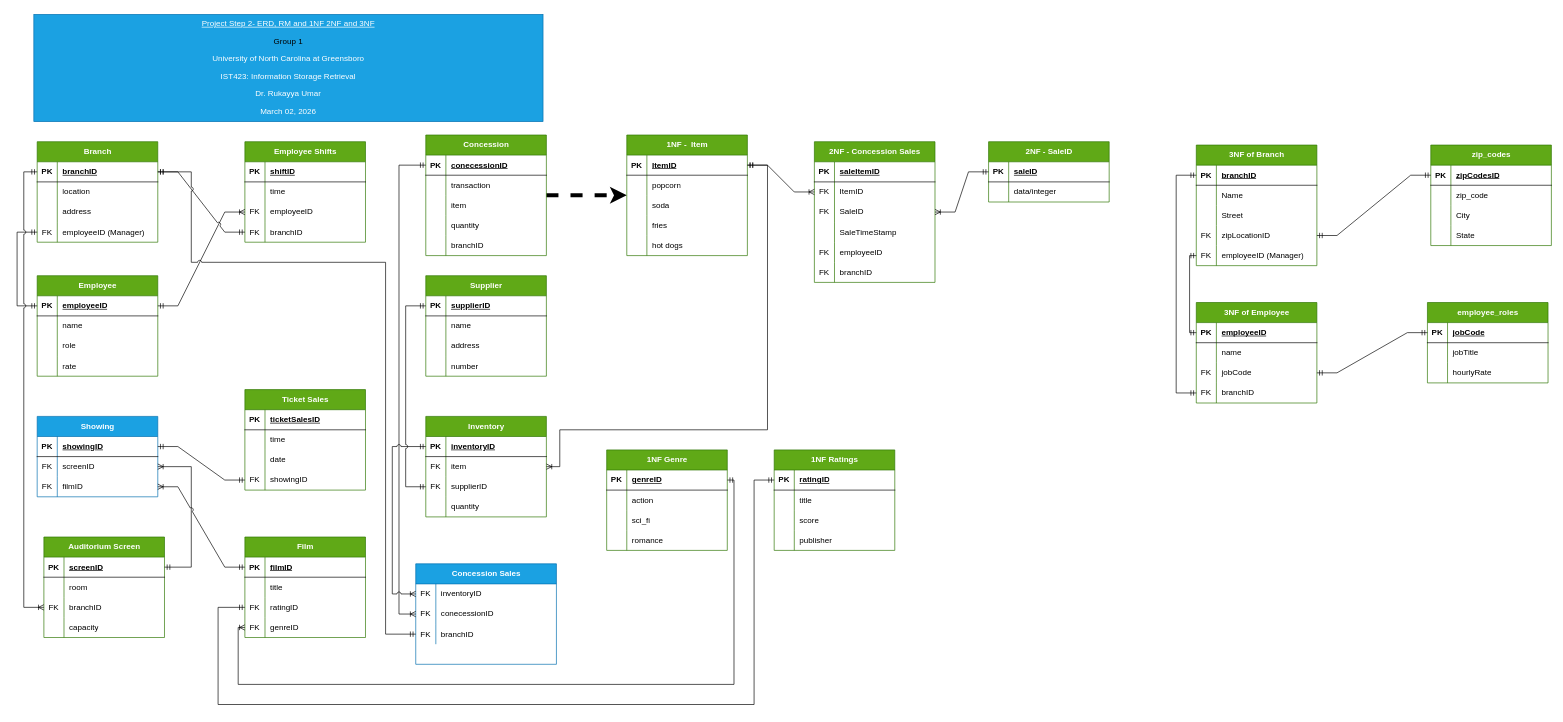
This is page "3NF" (5 of 5) of Group-Topic-Movie_Theater.drawio from bmontessua/IST423, a draw.io file, before an edit. Source tidied: cells renumbered, new cells numbered last; positions are measured from the earlier drawing's top-left corner, leaving out a move shared by most shapes. Both pictures are drawn from the tidied source at 67%, with x=0, y=0 at pixel (17, 14).
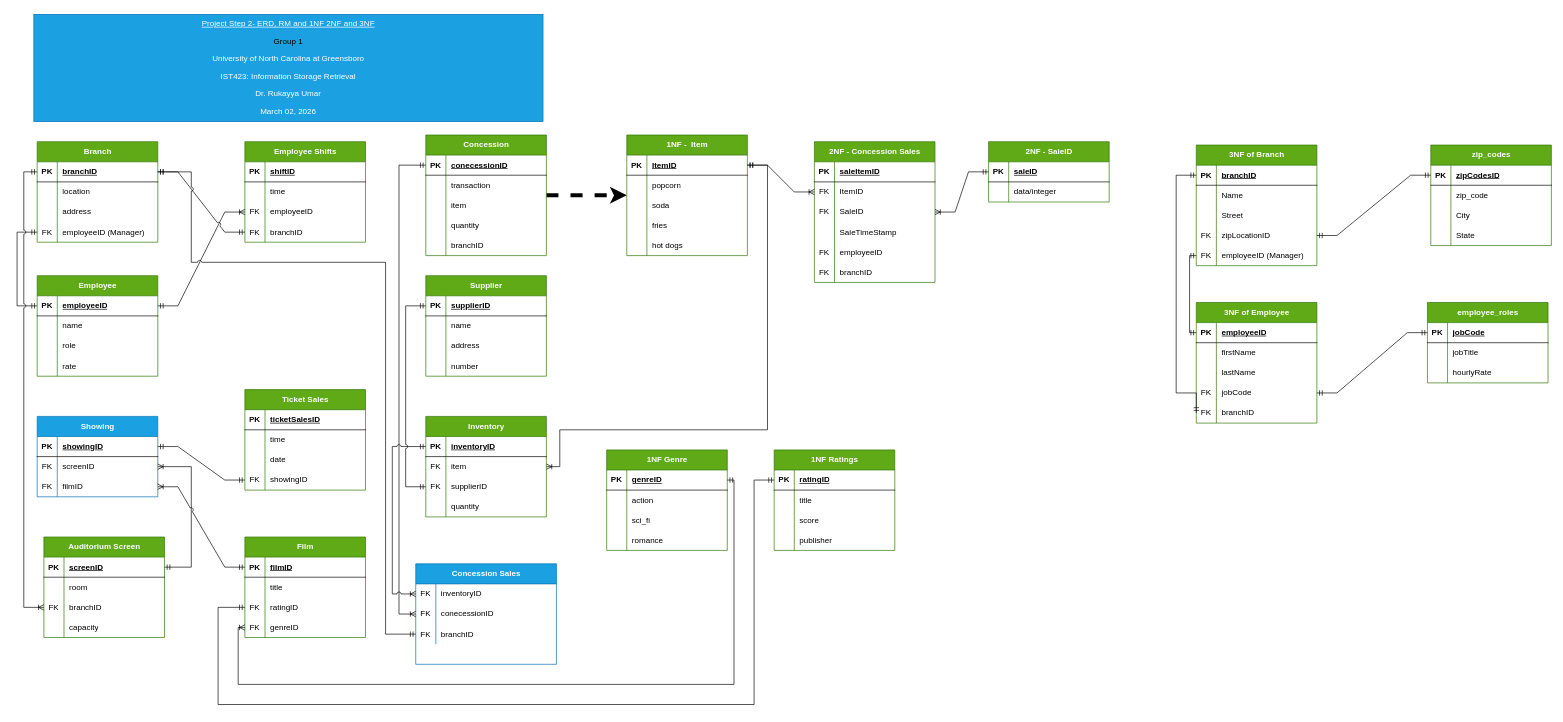
The same diagram, later.

The change refers to these unchanged cells:
```xml
<mxCell id="272" style="shape=tableRow;horizontal=0;startSize=0;swimlaneHead=0;swimlaneBody=0;fillColor=none;top=0;left=0;right=0;bottom=0;" parent="268" vertex="1">
  <mxGeometry y="60" width="180" height="30" as="geometry" />
</mxCell>
```

Change to the diagram source:
```diff
@@
     <mxCell id="268" value="3NF of Employee" style="shape=table;startSize=30;childLayout=tableLayout;rowLines=0;fontStyle=1;align=center;html=1;fillColor=#60a917;fontColor=#ffffff;strokeColor=#2D7600;" parent="1" vertex="1">
-      <mxGeometry x="1760" y="430" width="180" height="150" as="geometry" />
+      <mxGeometry x="1760" y="430" width="180" height="180" as="geometry" />
     </mxCell>
@@
-    <mxCell id="274" value="name" style="shape=partialRectangle;fillColor=none;top=0;left=0;bottom=0;right=0;align=left;spacingLeft=6;overflow=hidden;whiteSpace=wrap;html=1;" parent="272" vertex="1">
+    <mxCell id="274" value="firstName" style="shape=partialRectangle;fillColor=none;top=0;left=0;bottom=0;right=0;align=left;spacingLeft=6;overflow=hidden;whiteSpace=wrap;html=1;" parent="272" vertex="1">
       <mxGeometry x="30" width="150" height="30" as="geometry" />
     </mxCell>
+    <mxCell id="284" style="shape=tableRow;horizontal=0;startSize=0;swimlaneHead=0;swimlaneBody=0;fillColor=none;top=0;left=0;right=0;bottom=0;" parent="268" vertex="1">
+      <mxGeometry y="90" width="180" height="30" as="geometry" />
+    </mxCell>
+    <mxCell id="285" style="shape=partialRectangle;fillColor=none;top=0;left=0;bottom=0;right=0;overflow=hidden;whiteSpace=wrap;html=1;" parent="284" vertex="1">
+      <mxGeometry width="30" height="30" as="geometry" />
+    </mxCell>
+    <mxCell id="286" value="lastName" style="shape=partialRectangle;fillColor=none;top=0;left=0;bottom=0;right=0;align=left;spacingLeft=6;overflow=hidden;whiteSpace=wrap;html=1;" parent="284" vertex="1">
+      <mxGeometry x="30" width="150" height="30" as="geometry" />
+    </mxCell>
     <mxCell id="275" style="shape=tableRow;horizontal=0;startSize=0;swimlaneHead=0;swimlaneBody=0;fillColor=none;points=[[0,0.5],[1,0.5]];portConstraint=eastwest;top=0;left=0;right=0;bottom=0;" parent="268" vertex="1">
-      <mxGeometry y="90" width="180" height="30" as="geometry" />
+      <mxGeometry y="120" width="180" height="30" as="geometry" />
     </mxCell>
@@
     <mxCell id="278" style="shape=tableRow;horizontal=0;startSize=0;swimlaneHead=0;swimlaneBody=0;fillColor=none;points=[[0,0.5],[1,0.5]];portConstraint=eastwest;top=0;left=0;right=0;bottom=0;" parent="268" vertex="1">
-      <mxGeometry y="120" width="180" height="30" as="geometry" />
+      <mxGeometry y="150" width="180" height="30" as="geometry" />
     </mxCell>
```
